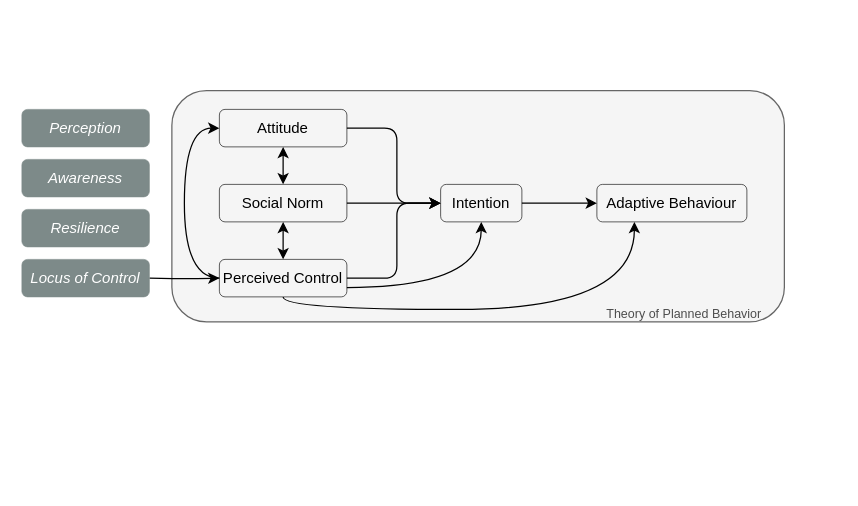
This is Objective3FrameworkAdaptiveBehaviorsAC.drawio from dealchre/gradDrawio, a draw.io file, before an edit. Source tidied: cells renumbered, new cells numbered last; positions are measured from the earlier drawing's top-left corner, leaving out a move shared by most shapes. Both pictures are drawn from the tidied source at 125%, with x=0, y=0 at pixel (21, 90).
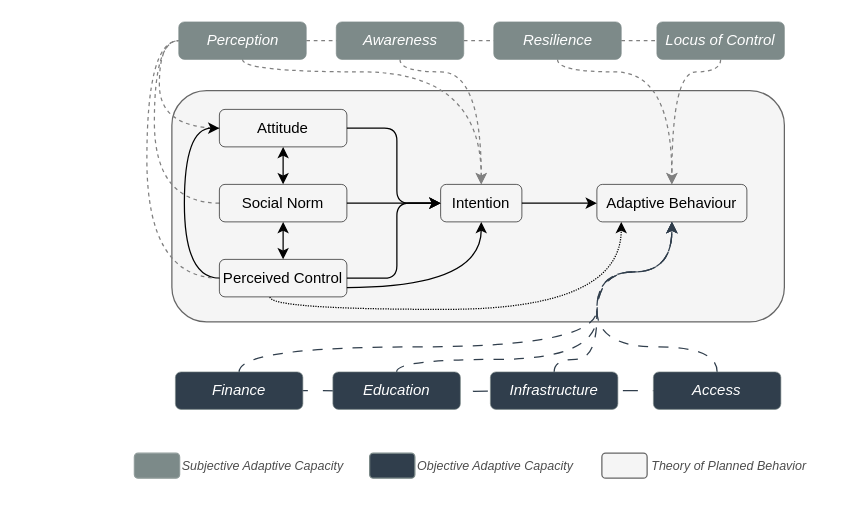
The same diagram, later.

The change refers to these unchanged cells:
```xml
<mxCell id="4" value="Attitude" style="text;html=1;align=center;verticalAlign=middle;whiteSpace=wrap;rounded=1;strokeColor=default;strokeWidth=0.5;" parent="1" vertex="1">
  <mxGeometry x="158" y="15" width="102" height="30" as="geometry" />
</mxCell>
<mxCell id="13" value="Perceived Control" style="text;html=1;align=center;verticalAlign=middle;whiteSpace=wrap;rounded=1;strokeColor=default;strokeWidth=0.5;" parent="1" vertex="1">
  <mxGeometry x="158" y="135" width="102" height="30" as="geometry" />
</mxCell>
<mxCell id="15" value="Intention" style="text;html=1;align=center;verticalAlign=middle;whiteSpace=wrap;rounded=1;strokeColor=default;strokeWidth=0.5;" parent="1" vertex="1">
  <mxGeometry x="335" y="75" width="65" height="30" as="geometry" />
</mxCell>
<mxCell id="16" value="Adaptive Behaviour" style="text;html=1;align=center;verticalAlign=middle;whiteSpace=wrap;rounded=1;strokeColor=default;strokeWidth=0.5;" parent="1" vertex="1">
  <mxGeometry x="460" y="75" width="120" height="30" as="geometry" />
</mxCell>
```

Change to the diagram source:
```diff
@@
+    <mxCell id="23" style="edgeStyle=orthogonalEdgeStyle;rounded=0;jettySize=auto;html=1;exitX=0;exitY=0.5;exitDx=0;exitDy=0;entryX=0;entryY=0.5;entryDx=0;entryDy=0;curved=1;strokeColor=#808080;startArrow=none;startFill=0;endArrow=none;dashed=1;" parent="1" edge="1" source="4" target="22">
+      <mxGeometry relative="1" as="geometry">
+        <Array as="points">
+          <mxPoint x="110" y="30" />
+          <mxPoint x="110" y="-40" />
+        </Array>
+      </mxGeometry>
+    </mxCell>
@@
+    <mxCell id="24" style="edgeStyle=orthogonalEdgeStyle;rounded=0;orthogonalLoop=1;jettySize=auto;html=1;exitX=0;exitY=0.5;exitDx=0;exitDy=0;entryX=0;entryY=0.5;entryDx=0;entryDy=0;curved=1;strokeColor=#808080;startArrow=none;startFill=0;endArrow=none;dashed=1;" parent="1" edge="1">
+      <mxGeometry relative="1" as="geometry">
+        <mxPoint x="158" y="90" as="sourcePoint" />
+        <mxPoint x="125.5" y="-40" as="targetPoint" />
+        <Array as="points">
+          <mxPoint x="106" y="90" />
+          <mxPoint x="106" y="-40" />
+        </Array>
+      </mxGeometry>
+    </mxCell>
@@
-    <mxCell id="10" style="edgeStyle=orthogonalEdgeStyle;rounded=0;jettySize=auto;html=1;exitX=0.5;exitY=1;exitDx=0;exitDy=0;entryX=0.25;entryY=1;entryDx=0;entryDy=0;curved=1;" parent="1" edge="1" source="13" target="16">
+    <mxCell id="10" style="edgeStyle=orthogonalEdgeStyle;rounded=0;orthogonalLoop=1;jettySize=auto;html=1;exitX=0.5;exitY=1;exitDx=0;exitDy=0;entryX=0.25;entryY=1;entryDx=0;entryDy=0;curved=1;dashed=1;dashPattern=1 1;" parent="1" edge="1">
       <mxGeometry relative="1" as="geometry">
+        <mxPoint x="198.5" y="165" as="sourcePoint" />
+        <mxPoint x="479.5" y="105" as="targetPoint" />
         <Array as="points">
-          <mxPoint x="209" y="175" />
-          <mxPoint x="490" y="175" />
+          <mxPoint x="198.5" y="175" />
+          <mxPoint x="479.5" y="175" />
         </Array>
       </mxGeometry>
     </mxCell>
@@
+    <mxCell id="25" style="edgeStyle=orthogonalEdgeStyle;rounded=0;orthogonalLoop=1;jettySize=auto;html=1;exitX=0;exitY=0.5;exitDx=0;exitDy=0;entryX=0;entryY=0.5;entryDx=0;entryDy=0;curved=1;strokeColor=#808080;startArrow=none;startFill=0;endArrow=none;dashed=1;" parent="1" edge="1">
+      <mxGeometry relative="1" as="geometry">
+        <mxPoint x="158" y="150" as="sourcePoint" />
+        <mxPoint x="125.5" y="-40" as="targetPoint" />
+        <Array as="points">
+          <mxPoint x="100" y="150" />
+          <mxPoint x="100" y="-40" />
+        </Array>
+      </mxGeometry>
+    </mxCell>
@@
-    <mxCell id="17" style="edgeStyle=orthogonalEdgeStyle;rounded=1;jettySize=auto;html=1;exitX=1;exitY=0.5;exitDx=0;exitDy=0;entryX=0;entryY=0.5;entryDx=0;entryDy=0;curved=0;" parent="1" edge="1" target="13">
-      <mxGeometry relative="1" as="geometry">
-        <mxPoint x="102" y="150" as="sourcePoint" />
-      </mxGeometry>
-    </mxCell>
+    <mxCell id="26" style="edgeStyle=orthogonalEdgeStyle;rounded=0;jettySize=auto;html=1;exitX=0.5;exitY=1;exitDx=0;exitDy=0;dashed=1;strokeColor=#808080;endArrow=none;startFill=0;" parent="1" edge="1" source="22">
+      <mxGeometry relative="1" as="geometry">
+        <mxPoint x="559" y="-35" as="targetPoint" />
+        <Array as="points">
+          <mxPoint x="177" y="-40" />
+          <mxPoint x="559" y="-40" />
+        </Array>
+      </mxGeometry>
+    </mxCell>
+    <mxCell id="27" style="edgeStyle=orthogonalEdgeStyle;rounded=0;jettySize=auto;html=1;exitX=0.5;exitY=1;exitDx=0;exitDy=0;entryX=0.5;entryY=0;entryDx=0;entryDy=0;strokeColor=#808080;curved=1;dashed=1;" parent="1" edge="1" source="19" target="16">
+      <mxGeometry relative="1" as="geometry">
+        <Array as="points">
+          <mxPoint x="559" y="-15" />
+          <mxPoint x="520" y="-15" />
+        </Array>
+      </mxGeometry>
+    </mxCell>
+    <mxCell id="19" value="&lt;i&gt;Locus of Control&lt;/i&gt;" style="text;html=1;align=center;verticalAlign=middle;whiteSpace=wrap;rounded=1;strokeColor=#7D8A89;strokeWidth=0.5;fillColor=#7D8A89;fontColor=#ffffff;" parent="1" vertex="1">
+      <mxGeometry x="508" y="-55" width="102" height="30" as="geometry" />
+    </mxCell>
+    <mxCell id="28" style="edgeStyle=orthogonalEdgeStyle;rounded=0;jettySize=auto;html=1;exitX=0.5;exitY=1;exitDx=0;exitDy=0;strokeColor=#808080;curved=1;dashed=1;entryX=0.5;entryY=0;entryDx=0;entryDy=0;" parent="1" edge="1" source="20" target="16">
+      <mxGeometry relative="1" as="geometry">
+        <Array as="points">
+          <mxPoint x="428" y="-15" />
+          <mxPoint x="520" y="-15" />
+        </Array>
+      </mxGeometry>
+    </mxCell>
+    <mxCell id="20" value="&lt;i&gt;Resilience&lt;/i&gt;" style="text;html=1;align=center;verticalAlign=middle;whiteSpace=wrap;rounded=1;strokeColor=#7D8A89;strokeWidth=0.5;fillColor=#7D8A89;fontColor=#ffffff;" parent="1" vertex="1">
+      <mxGeometry x="377.5" y="-55" width="102" height="30" as="geometry" />
+    </mxCell>
+    <mxCell id="29" style="edgeStyle=orthogonalEdgeStyle;rounded=0;orthogonalLoop=1;jettySize=auto;html=1;exitX=0.5;exitY=1;exitDx=0;exitDy=0;strokeColor=#808080;curved=1;entryX=0.5;entryY=0;entryDx=0;entryDy=0;dashed=1;" parent="1" edge="1">
+      <mxGeometry relative="1" as="geometry">
+        <mxPoint x="302.5" y="-25" as="sourcePoint" />
+        <mxPoint x="367.5" y="75" as="targetPoint" />
+        <Array as="points">
+          <mxPoint x="303" y="-15" />
+          <mxPoint x="368" y="-15" />
+        </Array>
+      </mxGeometry>
+    </mxCell>
+    <mxCell id="21" value="&lt;i&gt;Awareness&lt;/i&gt;" style="text;html=1;align=center;verticalAlign=middle;whiteSpace=wrap;rounded=1;strokeColor=#7D8A89;strokeWidth=0.5;fillColor=#7D8A89;fontColor=#ffffff;" parent="1" vertex="1">
+      <mxGeometry x="251.5" y="-55" width="102" height="30" as="geometry" />
+    </mxCell>
+    <mxCell id="30" style="edgeStyle=orthogonalEdgeStyle;rounded=0;jettySize=auto;html=1;exitX=0.5;exitY=1;exitDx=0;exitDy=0;entryX=0.5;entryY=0;entryDx=0;entryDy=0;curved=1;strokeColor=#808080;dashed=1;" parent="1" edge="1" source="22" target="15">
+      <mxGeometry relative="1" as="geometry">
+        <Array as="points">
+          <mxPoint x="177" y="-15" />
+          <mxPoint x="368" y="-15" />
+        </Array>
+      </mxGeometry>
+    </mxCell>
+    <mxCell id="22" value="&lt;i&gt;Perception&lt;/i&gt;" style="text;html=1;align=center;verticalAlign=middle;whiteSpace=wrap;rounded=1;strokeColor=#7D8A89;strokeWidth=0.5;fillColor=#7D8A89;fontColor=#ffffff;" parent="1" vertex="1">
+      <mxGeometry x="125.5" y="-55" width="102" height="30" as="geometry" />
+    </mxCell>
+    <mxCell id="31" style="edgeStyle=orthogonalEdgeStyle;rounded=0;jettySize=auto;html=1;exitX=0.5;exitY=0;exitDx=0;exitDy=0;curved=1;strokeColor=#303E4C;dashed=1;dashPattern=8 8;" parent="1" edge="1" source="32">
+      <mxGeometry relative="1" as="geometry">
+        <mxPoint x="520" y="105" as="targetPoint" />
+        <Array as="points">
+          <mxPoint x="556" y="205" />
+          <mxPoint x="460" y="205" />
+          <mxPoint x="460" y="145" />
+          <mxPoint x="520" y="145" />
+        </Array>
+      </mxGeometry>
+    </mxCell>
+    <mxCell id="32" value="&lt;i&gt;Access&lt;/i&gt;" style="text;html=1;align=center;verticalAlign=middle;whiteSpace=wrap;rounded=1;strokeColor=#7D8A89;strokeWidth=0.5;fillColor=#303E4C;fontColor=#ffffff;" parent="1" vertex="1">
+      <mxGeometry x="505.2" y="225" width="102" height="30" as="geometry" />
+    </mxCell>
+    <mxCell id="33" style="edgeStyle=orthogonalEdgeStyle;rounded=0;jettySize=auto;html=1;exitX=0.5;exitY=0;exitDx=0;exitDy=0;curved=1;strokeColor=#303E4C;dashed=1;dashPattern=8 8;" parent="1" edge="1" source="36">
+      <mxGeometry relative="1" as="geometry">
+        <mxPoint x="520" y="105" as="targetPoint" />
+        <Array as="points">
+          <mxPoint x="426" y="215" />
+          <mxPoint x="460" y="215" />
+          <mxPoint x="460" y="145" />
+          <mxPoint x="520" y="145" />
+        </Array>
+      </mxGeometry>
+    </mxCell>
+    <mxCell id="34" style="edgeStyle=orthogonalEdgeStyle;rounded=0;jettySize=auto;html=1;exitX=0.5;exitY=0;exitDx=0;exitDy=0;curved=1;strokeColor=#303E4C;dashed=1;dashPattern=8 8;" parent="1" edge="1" source="37">
+      <mxGeometry relative="1" as="geometry">
+        <mxPoint x="520" y="105" as="targetPoint" />
+        <Array as="points">
+          <mxPoint x="300" y="215" />
+          <mxPoint x="460" y="215" />
+          <mxPoint x="460" y="145" />
+          <mxPoint x="520" y="145" />
+        </Array>
+      </mxGeometry>
+    </mxCell>
+    <mxCell id="35" style="edgeStyle=orthogonalEdgeStyle;rounded=0;jettySize=auto;html=1;exitX=1;exitY=0.5;exitDx=0;exitDy=0;strokeColor=#303E4C;dashed=1;dashPattern=12 12;endArrow=none;startFill=0;" parent="1" edge="1" target="32">
+      <mxGeometry relative="1" as="geometry">
+        <mxPoint x="216.8" y="240" as="sourcePoint" />
+      </mxGeometry>
+    </mxCell>
+    <mxCell id="36" value="&lt;i&gt;Infrastructure&lt;/i&gt;" style="text;html=1;align=center;verticalAlign=middle;whiteSpace=wrap;rounded=1;strokeColor=#7D8A89;strokeWidth=0.5;fillColor=#303E4C;fontColor=#ffffff;" parent="1" vertex="1">
+      <mxGeometry x="374.8" y="225" width="102" height="30" as="geometry" />
+    </mxCell>
+    <mxCell id="37" value="&lt;i&gt;Education&lt;/i&gt;" style="text;html=1;align=center;verticalAlign=middle;whiteSpace=wrap;rounded=1;strokeColor=#7D8A89;strokeWidth=0.5;fillColor=#303E4C;fontColor=#ffffff;" parent="1" vertex="1">
+      <mxGeometry x="248.8" y="225" width="102" height="30" as="geometry" />
+    </mxCell>
+    <mxCell id="38" style="edgeStyle=orthogonalEdgeStyle;rounded=0;jettySize=auto;html=1;exitX=0.5;exitY=0;exitDx=0;exitDy=0;entryX=0.5;entryY=1;entryDx=0;entryDy=0;curved=1;strokeColor=#303E4C;dashed=1;dashPattern=8 8;" parent="1" edge="1" source="39" target="16">
+      <mxGeometry relative="1" as="geometry">
+        <Array as="points">
+          <mxPoint x="174" y="205" />
+          <mxPoint x="460" y="205" />
+          <mxPoint x="460" y="145" />
+          <mxPoint x="520" y="145" />
+        </Array>
+      </mxGeometry>
+    </mxCell>
+    <mxCell id="39" value="&lt;i&gt;Finance&lt;/i&gt;" style="text;html=1;align=center;verticalAlign=middle;whiteSpace=wrap;rounded=1;strokeColor=#7D8A89;strokeWidth=0.5;fillColor=#303E4C;fontColor=#ffffff;" parent="1" vertex="1">
+      <mxGeometry x="122.8" y="225" width="102" height="30" as="geometry" />
+    </mxCell>
+    <mxCell id="40" style="group;" parent="1" vertex="1">
+      <mxGeometry x="90" y="285" width="560.8" height="30" as="geometry" />
+    </mxCell>
+    <mxCell id="41" style="group;" parent="40" vertex="1">
+      <mxGeometry x="374" width="186.8" height="30" as="geometry" />
+    </mxCell>
-    <mxCell id="18" value="&lt;font style=&quot;color: rgb(77, 77, 77);&quot;&gt;Theory of Planned Behavior&lt;/font&gt;" style="text;html=1;align=center;verticalAlign=middle;whiteSpace=wrap;rounded=0;fontSize=10;" parent="1" vertex="1">
-      <mxGeometry x="445" y="163" width="170" height="30" as="geometry" />
+    <mxCell id="18" value="&lt;font style=&quot;color: rgb(77, 77, 77);&quot;&gt;Theory of Planned Behavior&lt;/font&gt;" style="text;html=1;align=center;verticalAlign=middle;whiteSpace=wrap;rounded=0;fontSize=10;fontStyle=2;" parent="41" vertex="1">
+      <mxGeometry x="16.8" width="170" height="30" as="geometry" />
     </mxCell>
-    <mxCell id="19" value="&lt;i&gt;Locus of Control&lt;/i&gt;" style="text;html=1;align=center;verticalAlign=middle;whiteSpace=wrap;rounded=1;strokeColor=#7D8A89;strokeWidth=0.5;fillColor=#7D8A89;fontColor=#ffffff;" parent="1" vertex="1">
-      <mxGeometry y="135" width="102" height="30" as="geometry" />
-    </mxCell>
-    <mxCell id="20" value="&lt;i&gt;Resilience&lt;/i&gt;" style="text;html=1;align=center;verticalAlign=middle;whiteSpace=wrap;rounded=1;strokeColor=#7D8A89;strokeWidth=0.5;fillColor=#7D8A89;fontColor=#ffffff;" parent="1" vertex="1">
-      <mxGeometry y="95" width="102" height="30" as="geometry" />
-    </mxCell>
-    <mxCell id="21" value="&lt;i&gt;Awareness&lt;/i&gt;" style="text;html=1;align=center;verticalAlign=middle;whiteSpace=wrap;rounded=1;strokeColor=#7D8A89;strokeWidth=0.5;fillColor=#7D8A89;fontColor=#ffffff;" parent="1" vertex="1">
-      <mxGeometry y="55" width="102" height="30" as="geometry" />
-    </mxCell>
-    <mxCell id="22" value="&lt;i&gt;Perception&lt;/i&gt;" style="text;html=1;align=center;verticalAlign=middle;whiteSpace=wrap;rounded=1;strokeColor=#7D8A89;strokeWidth=0.5;fillColor=#7D8A89;fontColor=#ffffff;" parent="1" vertex="1">
-      <mxGeometry y="15" width="102" height="30" as="geometry" />
-    </mxCell>
+    <mxCell id="42" style="rounded=1;whiteSpace=wrap;html=1;fillColor=light-dark(#f5f5f5, #ededed);strokeColor=light-dark(#666666, #ededed);" parent="41" vertex="1">
+      <mxGeometry y="5" width="36.2" height="20" as="geometry" />
+    </mxCell>
+    <mxCell id="43" style="group;" parent="40" vertex="1">
+      <mxGeometry x="188.2" width="185.6" height="30" as="geometry" />
+    </mxCell>
+    <mxCell id="44" style="rounded=1;whiteSpace=wrap;html=1;fillColor=light-dark(#303e4c, #ededed);strokeColor=light-dark(#7c8a89, #ededed);" parent="43" vertex="1">
+      <mxGeometry y="5" width="36.2" height="20" as="geometry" />
+    </mxCell>
+    <mxCell id="45" value="&lt;font style=&quot;color: rgb(77, 77, 77);&quot;&gt;Objective Adaptive Capacity&lt;/font&gt;" style="text;html=1;align=center;verticalAlign=middle;whiteSpace=wrap;rounded=0;fontSize=10;fontStyle=2;" parent="43" vertex="1">
+      <mxGeometry x="15.6" width="170" height="30" as="geometry" />
+    </mxCell>
+    <mxCell id="46" style="group;" parent="40" vertex="1">
+      <mxGeometry width="188.2" height="30" as="geometry" />
+    </mxCell>
+    <mxCell id="47" style="rounded=1;whiteSpace=wrap;html=1;fillColor=light-dark(#7c8a89, #ededed);strokeColor=light-dark(#919d9c, #ededed);" parent="46" vertex="1">
+      <mxGeometry y="5" width="36.2" height="20" as="geometry" />
+    </mxCell>
+    <mxCell id="48" value="&lt;font style=&quot;color: rgb(77, 77, 77);&quot;&gt;Subjective Adaptive Capacity&lt;/font&gt;" style="text;html=1;align=center;verticalAlign=middle;whiteSpace=wrap;rounded=0;fontSize=10;fontStyle=2;" parent="46" vertex="1">
+      <mxGeometry x="18.2" width="170" height="30" as="geometry" />
+    </mxCell>
```
